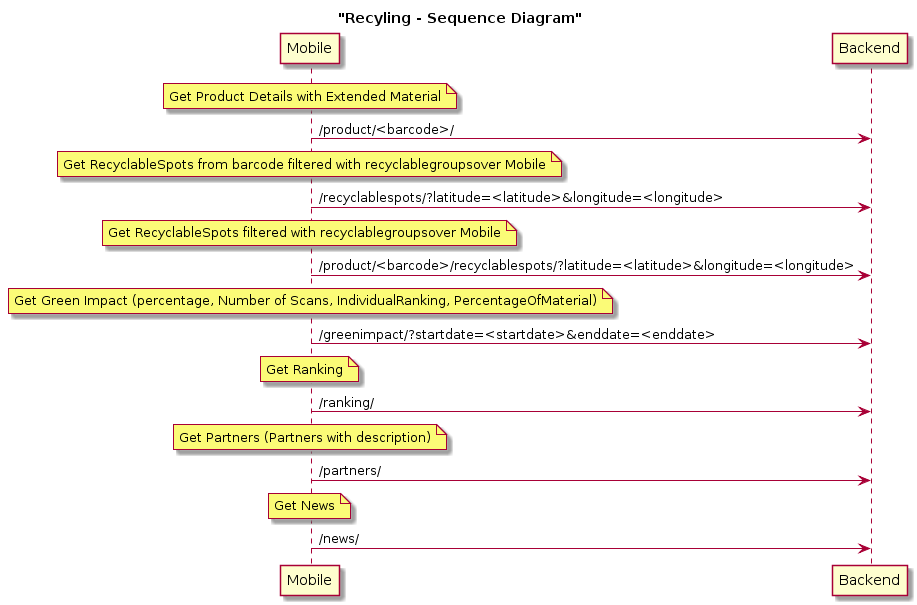
storrellas/recycling keeps this PlantUML diagram as doc/interaction.png. Above is the earlier version.
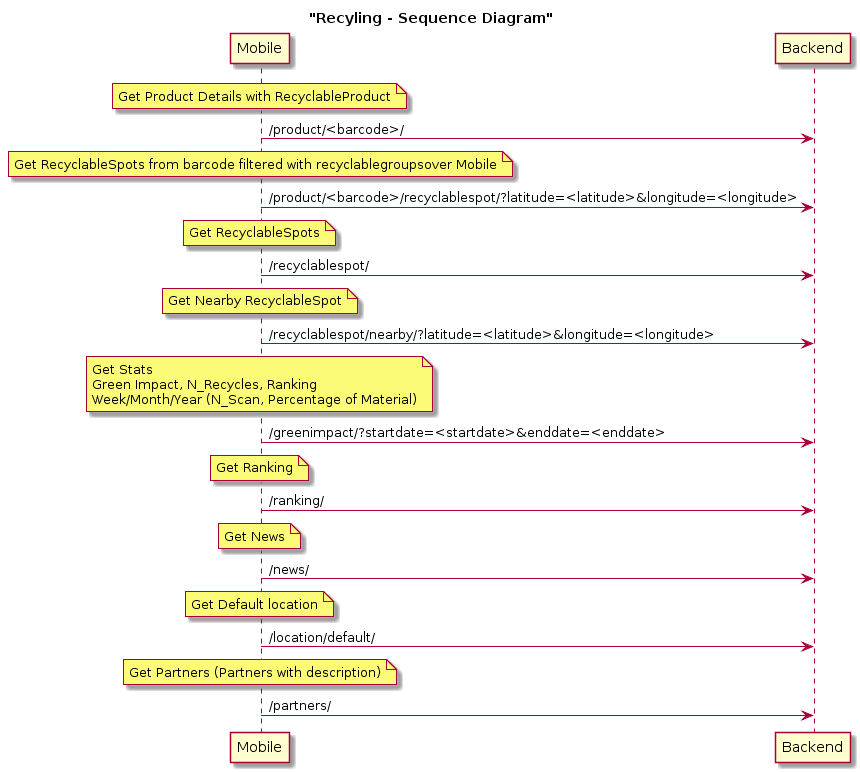
After the commit.

Commit message:
ENH: Updated figures

Change to the diagram source:
```diff
@@ -5,23 +5,34 @@
 participant Backend
 
 
-note over Mobile: Get Product Details with Extended Material
+note over Mobile: Get Product Details with RecyclableProduct
 Mobile -> Backend : /product/<barcode>/
 
 note over Mobile: Get RecyclableSpots from barcode filtered with recyclablegroupsover Mobile
-Mobile -> Backend : /recyclablespots/?latitude=<latitude>&longitude=<longitude>
-note over Mobile: Get RecyclableSpots filtered with recyclablegroupsover Mobile
-Mobile -> Backend : /product/<barcode>/recyclablespots/?latitude=<latitude>&longitude=<longitude>
+Mobile -> Backend : /product/<barcode>/recyclablespot/?latitude=<latitude>&longitude=<longitude>
 
-note over Mobile: Get Green Impact (percentage, Number of Scans, IndividualRanking, PercentageOfMaterial)
+note over Mobile: Get RecyclableSpots
+Mobile -> Backend : /recyclablespot/
+
+note over Mobile: Get Nearby RecyclableSpot
+Mobile -> Backend : /recyclablespot/nearby/?latitude=<latitude>&longitude=<longitude>
+
+note over Mobile
+    Get Stats
+    Green Impact, N_Recycles, Ranking
+    Week/Month/Year (N_Scan, Percentage of Material)
+end note
 Mobile -> Backend : /greenimpact/?startdate=<startdate>&enddate=<enddate>
 
 note over Mobile: Get Ranking
 Mobile -> Backend : /ranking/
 
+note over Mobile: Get News
+Mobile -> Backend : /news/
+
+note over Mobile: Get Default location
+Mobile -> Backend : /location/default/
+
 note over Mobile: Get Partners (Partners with description)
 Mobile -> Backend : /partners/
-
-note over Mobile: Get News
-Mobile -> Backend : /news/
 @enduml
```
